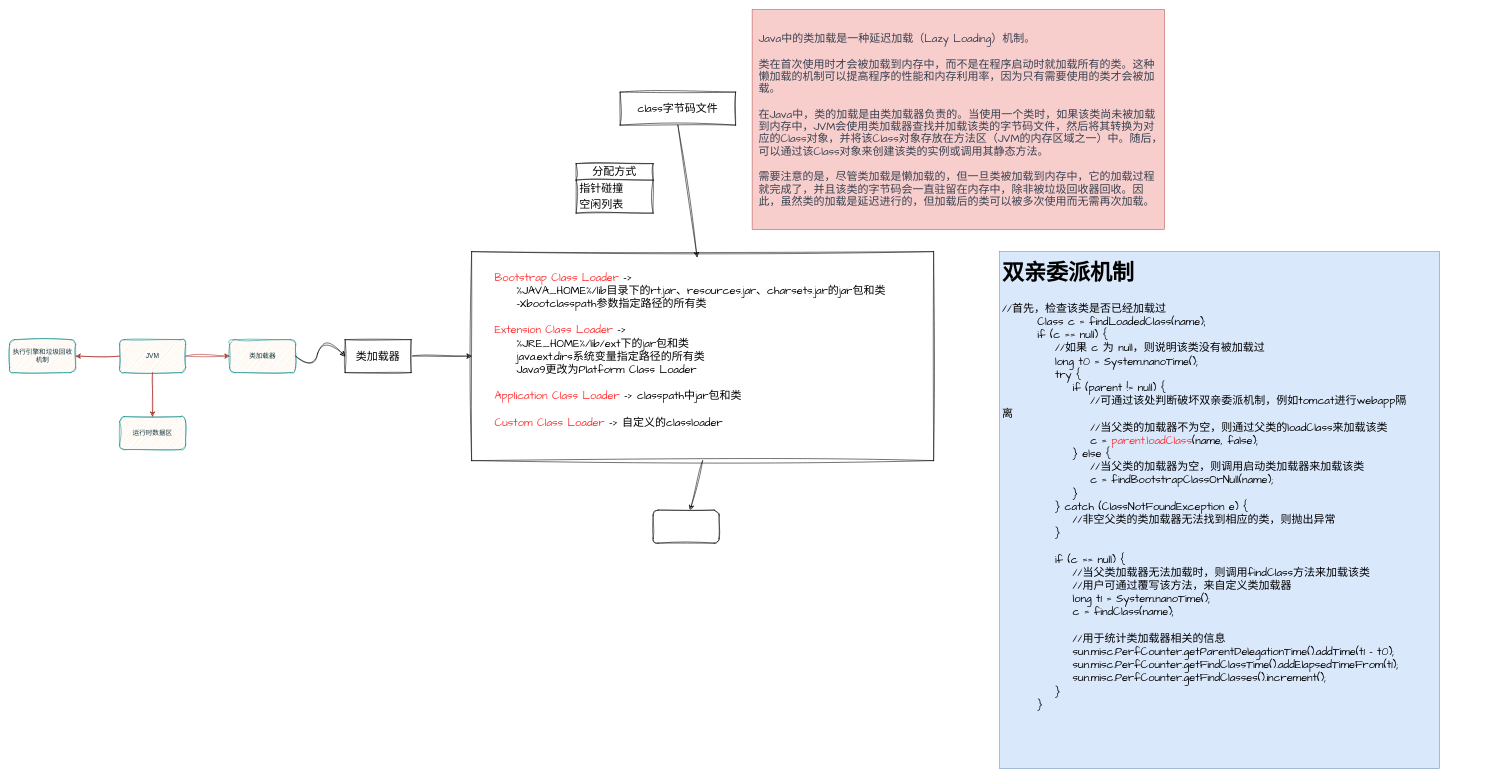
This is 10.JVM/JVM.drawio from 3anLouYouGu1/JavaReview, a draw.io file, before an edit. Source tidied: cells renumbered, new cells numbered last; positions are measured from the earlier drawing's top-left corner, leaving out a move shared by most shapes. Both pictures are drawn from the tidied source at 55%, with x=0, y=0 at pixel (9, 9).
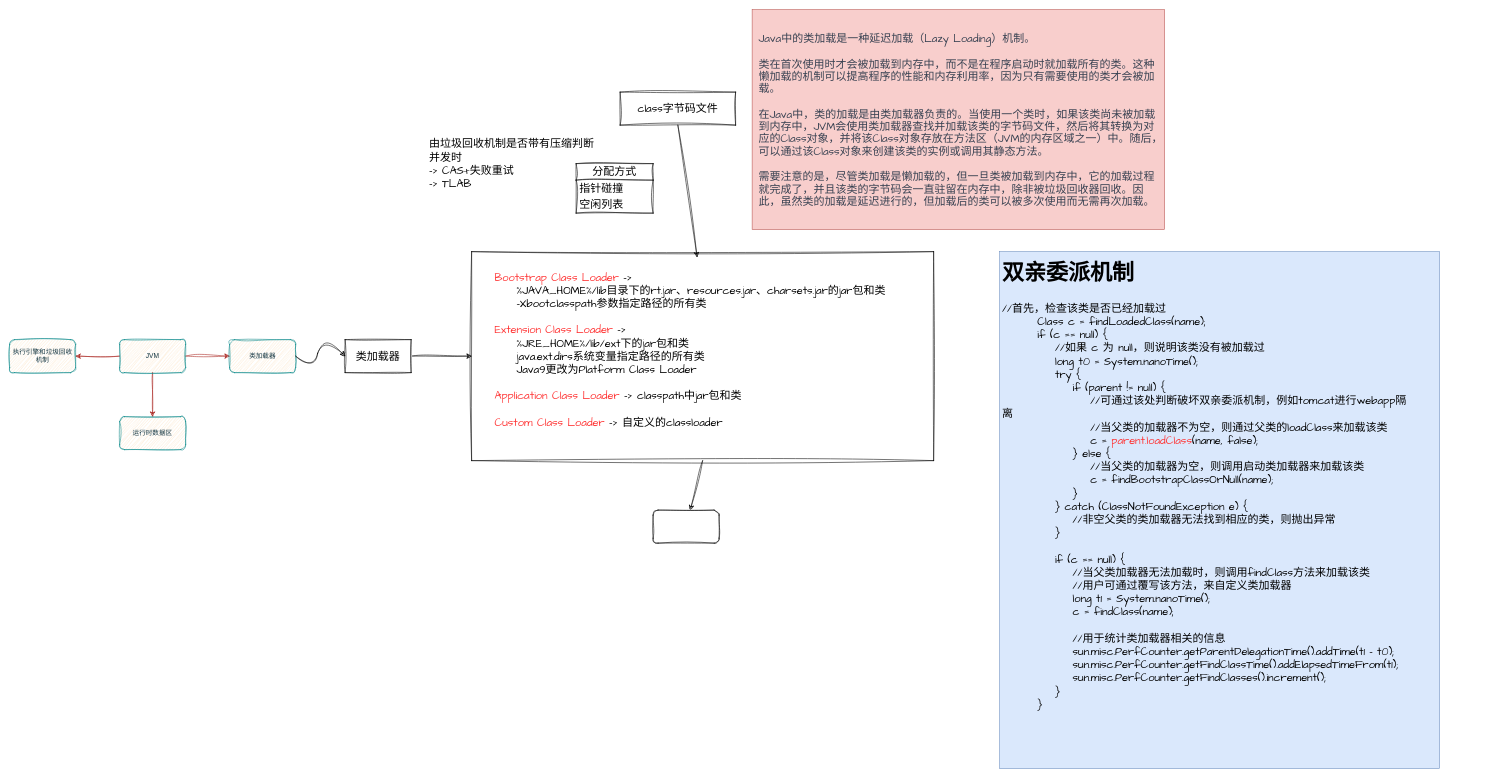
The same diagram, later.

Diff of the diagram source:
```diff
@@
+    <mxCell id="23" value="&lt;font face=&quot;Comic Sans MS&quot;&gt;由垃圾回收机制是否带有压缩判断&lt;br&gt;并发时&lt;br&gt;-&amp;gt; CAS+失败重试&lt;br&gt;-&amp;gt; TLAB&lt;/font&gt;" style="text;html=1;strokeColor=none;fillColor=none;align=left;verticalAlign=middle;whiteSpace=wrap;rounded=0;fontSize=20;fontFamily=Architects Daughter;" parent="1" vertex="1">
+      <mxGeometry x="761" y="170" width="330" height="220" as="geometry" />
+    </mxCell>
```
